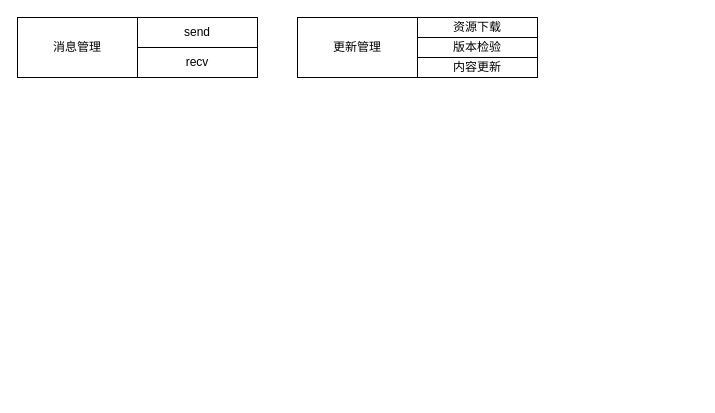
Earlier version of the draw.io diagram waresyncanalysis.drawio (luyaobin/drawDocs). Source tidied: cells renumbered, new cells numbered last; positions are measured from the earlier drawing's top-left corner, leaving out a move shared by most shapes. Both pictures are drawn from the tidied source at 100%, with x=0, y=0 at pixel (17, 17).
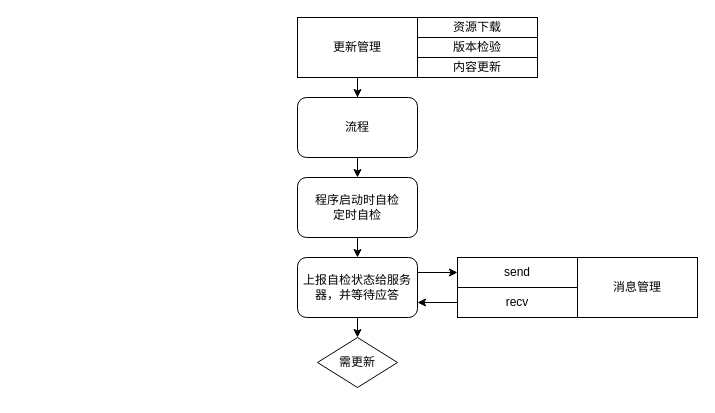
Above is the later version.

The edit, as a diff of the source:
```diff
@@
 <mxGraphModel>
   <root>
     <mxCell id="0" />
     <mxCell id="1" parent="0" />
     <mxCell id="2" value="消息管理" style="rounded=0;whiteSpace=wrap;html=1;" parent="1" vertex="1">
-      <mxGeometry width="120" height="60" as="geometry" />
+      <mxGeometry x="560" y="240" width="120" height="60" as="geometry" />
     </mxCell>
     <mxCell id="3" value="send" style="rounded=0;whiteSpace=wrap;html=1;" parent="1" vertex="1">
-      <mxGeometry x="120" width="120" height="30" as="geometry" />
+      <mxGeometry x="440" y="240" width="120" height="30" as="geometry" />
     </mxCell>
+    <mxCell id="9" style="edgeStyle=orthogonalEdgeStyle;rounded=0;jettySize=auto;html=1;exitX=0;exitY=0.5;exitDx=0;exitDy=0;entryX=1;entryY=0.75;entryDx=0;entryDy=0;" parent="1" edge="1" source="4" target="17">
+      <mxGeometry relative="1" as="geometry" />
+    </mxCell>
     <mxCell id="4" value="recv" style="rounded=0;whiteSpace=wrap;html=1;" parent="1" vertex="1">
-      <mxGeometry x="120" y="30" width="120" height="30" as="geometry" />
+      <mxGeometry x="440" y="270" width="120" height="30" as="geometry" />
     </mxCell>
+    <mxCell id="10" style="edgeStyle=orthogonalEdgeStyle;rounded=0;jettySize=auto;html=1;exitX=0.5;exitY=1;exitDx=0;exitDy=0;" parent="1" edge="1" source="5" target="12">
+      <mxGeometry relative="1" as="geometry" />
+    </mxCell>
     <mxCell id="5" value="更新管理" style="rounded=0;whiteSpace=wrap;html=1;" parent="1" vertex="1">
       <mxGeometry x="280" width="120" height="60" as="geometry" />
     </mxCell>
     <mxCell id="6" value="资源下载" style="rounded=0;whiteSpace=wrap;html=1;" parent="1" vertex="1">
       <mxGeometry x="400" width="120" height="20" as="geometry" />
     </mxCell>
     <mxCell id="7" value="版本检验" style="rounded=0;whiteSpace=wrap;html=1;" parent="1" vertex="1">
       <mxGeometry x="400" y="20" width="120" height="20" as="geometry" />
     </mxCell>
     <mxCell id="8" value="内容更新" style="rounded=0;whiteSpace=wrap;html=1;" parent="1" vertex="1">
       <mxGeometry x="400" y="40" width="120" height="20" as="geometry" />
     </mxCell>
+    <mxCell id="11" style="edgeStyle=orthogonalEdgeStyle;rounded=0;jettySize=auto;html=1;exitX=0.5;exitY=1;exitDx=0;exitDy=0;entryX=0.5;entryY=0;entryDx=0;entryDy=0;" parent="1" edge="1" source="12" target="14">
+      <mxGeometry relative="1" as="geometry" />
+    </mxCell>
+    <mxCell id="12" value="流程" style="rounded=1;whiteSpace=wrap;html=1;" parent="1" vertex="1">
+      <mxGeometry x="280" y="80" width="120" height="60" as="geometry" />
+    </mxCell>
+    <mxCell id="13" style="edgeStyle=orthogonalEdgeStyle;rounded=0;jettySize=auto;html=1;exitX=0.5;exitY=1;exitDx=0;exitDy=0;entryX=0.5;entryY=0;entryDx=0;entryDy=0;" parent="1" edge="1" source="14" target="17">
+      <mxGeometry relative="1" as="geometry" />
+    </mxCell>
+    <mxCell id="14" value="程序启动时自检&lt;br&gt;定时自检" style="rounded=1;whiteSpace=wrap;html=1;" parent="1" vertex="1">
+      <mxGeometry x="280" y="160" width="120" height="60" as="geometry" />
+    </mxCell>
+    <mxCell id="15" style="edgeStyle=orthogonalEdgeStyle;rounded=0;jettySize=auto;html=1;exitX=0.5;exitY=1;exitDx=0;exitDy=0;entryX=0.5;entryY=0;entryDx=0;entryDy=0;" parent="1" edge="1" source="17" target="18">
+      <mxGeometry relative="1" as="geometry" />
+    </mxCell>
+    <mxCell id="16" style="edgeStyle=orthogonalEdgeStyle;rounded=0;jettySize=auto;html=1;exitX=1;exitY=0.25;exitDx=0;exitDy=0;" parent="1" edge="1" source="17" target="3">
+      <mxGeometry relative="1" as="geometry" />
+    </mxCell>
+    <mxCell id="17" value="上报自检状态给服务器，并等待应答" style="rounded=1;whiteSpace=wrap;html=1;" parent="1" vertex="1">
+      <mxGeometry x="280" y="240" width="120" height="60" as="geometry" />
+    </mxCell>
+    <mxCell id="18" value="需更新" style="rhombus;whiteSpace=wrap;html=1;" parent="1" vertex="1">
+      <mxGeometry x="300" y="320" width="80" height="50" as="geometry" />
+    </mxCell>
+    <mxCell id="19" style="edgeStyle=orthogonalEdgeStyle;rounded=0;orthogonalLoop=1;jettySize=auto;html=1;exitX=0.5;exitY=1;exitDx=0;exitDy=0;" parent="1" edge="1" source="18" target="18">
+      <mxGeometry relative="1" as="geometry" />
+    </mxCell>
   </root>
 </mxGraphModel>
```
